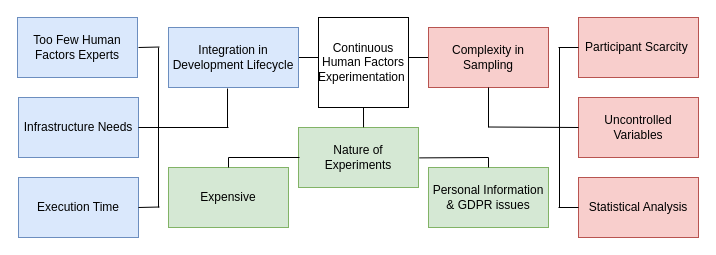
amnapir/Figures keeps this draw.io diagram as Diagram.drawio. Above is the earlier version. Source tidied: cells renumbered, new cells numbered last; positions are measured from the earlier drawing's top-left corner, leaving out a move shared by most shapes. Both pictures are drawn from the tidied source at 100%, with x=0, y=0 at pixel (17, 17).
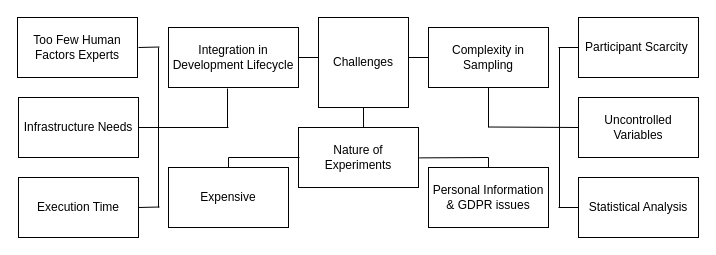
Above is the later version.

Diff of the diagram source:
```diff
@@
-    <mxCell id="2" value="Continuous Human Factors Experimentation&amp;nbsp;" style="whiteSpace=wrap;html=1;" parent="1" vertex="1">
+    <mxCell id="2" value="Challenges" style="whiteSpace=wrap;html=1;" parent="1" vertex="1">
       <mxGeometry x="301" width="90" height="90" as="geometry" />
     </mxCell>
@@
-    <mxCell id="5" value="Nature of Experiments" style="rounded=0;whiteSpace=wrap;html=1;fillColor=#d5e8d4;strokeColor=#82b366;rotation=0;" parent="1" vertex="1">
+    <mxCell id="5" value="Nature of Experiments" style="rounded=0;whiteSpace=wrap;html=1;rotation=0;" parent="1" vertex="1">
       <mxGeometry x="281" y="110" width="120" height="60" as="geometry" />
     </mxCell>
@@
-    <mxCell id="7" value="Complexity in Sampling" style="rounded=0;whiteSpace=wrap;html=1;fillColor=#f8cecc;strokeColor=#b85450;" parent="1" vertex="1">
+    <mxCell id="7" value="Complexity in Sampling" style="rounded=0;whiteSpace=wrap;html=1;" parent="1" vertex="1">
       <mxGeometry x="411" y="10" width="120" height="60" as="geometry" />
     </mxCell>
-    <mxCell id="8" value="Participant Scarcity&amp;nbsp;" style="rounded=0;whiteSpace=wrap;html=1;fillColor=#f8cecc;strokeColor=#b85450;" parent="1" vertex="1">
+    <mxCell id="8" value="Participant Scarcity&amp;nbsp;" style="rounded=0;whiteSpace=wrap;html=1;" parent="1" vertex="1">
       <mxGeometry x="561" width="120" height="60" as="geometry" />
     </mxCell>
-    <mxCell id="9" value="Uncontrolled Variables" style="rounded=0;whiteSpace=wrap;html=1;fillColor=#f8cecc;strokeColor=#b85450;" parent="1" vertex="1">
+    <mxCell id="9" value="Uncontrolled Variables" style="rounded=0;whiteSpace=wrap;html=1;" parent="1" vertex="1">
       <mxGeometry x="561" y="80" width="120" height="60" as="geometry" />
     </mxCell>
-    <mxCell id="10" value="Statistical Analysis" style="rounded=0;whiteSpace=wrap;html=1;fillColor=#f8cecc;strokeColor=#b85450;" parent="1" vertex="1">
+    <mxCell id="10" value="Statistical Analysis" style="rounded=0;whiteSpace=wrap;html=1;" parent="1" vertex="1">
       <mxGeometry x="561" y="160" width="120" height="60" as="geometry" />
     </mxCell>
@@
-    <mxCell id="15" value="Expensive" style="rounded=0;whiteSpace=wrap;html=1;fillColor=#d5e8d4;strokeColor=#82b366;rotation=0;" parent="1" vertex="1">
+    <mxCell id="15" value="Expensive" style="rounded=0;whiteSpace=wrap;html=1;rotation=0;" parent="1" vertex="1">
       <mxGeometry x="151" y="150" width="120" height="60" as="geometry" />
     </mxCell>
-    <mxCell id="16" value="Personal Information &amp;amp; GDPR issues" style="rounded=0;whiteSpace=wrap;html=1;fillColor=#d5e8d4;strokeColor=#82b366;rotation=0;" parent="1" vertex="1">
+    <mxCell id="16" value="Personal Information &amp;amp; GDPR issues" style="rounded=0;whiteSpace=wrap;html=1;rotation=0;" parent="1" vertex="1">
       <mxGeometry x="411" y="150" width="120" height="60" as="geometry" />
     </mxCell>
-    <mxCell id="17" value="Execution Time" style="rounded=0;whiteSpace=wrap;html=1;fillColor=#dae8fc;strokeColor=#6c8ebf;" parent="1" vertex="1">
+    <mxCell id="17" value="Execution Time" style="rounded=0;whiteSpace=wrap;html=1;" parent="1" vertex="1">
       <mxGeometry x="1" y="160" width="120" height="60" as="geometry" />
     </mxCell>
-    <mxCell id="18" value="Integration in Development Lifecycle" style="rounded=0;whiteSpace=wrap;html=1;fillColor=#dae8fc;strokeColor=#6c8ebf;rotation=0;" parent="1" vertex="1">
+    <mxCell id="18" value="Integration in Development Lifecycle" style="rounded=0;whiteSpace=wrap;html=1;rotation=0;" parent="1" vertex="1">
       <mxGeometry x="151" y="10" width="130" height="60" as="geometry" />
     </mxCell>
-    <mxCell id="19" value="Too Few Human Factors Experts" style="rounded=0;whiteSpace=wrap;html=1;fillColor=#dae8fc;strokeColor=#6c8ebf;rotation=0;" parent="1" vertex="1">
+    <mxCell id="19" value="Too Few Human Factors Experts" style="rounded=0;whiteSpace=wrap;html=1;rotation=0;" parent="1" vertex="1">
       <mxGeometry width="120" height="60" as="geometry" />
     </mxCell>
-    <mxCell id="20" value="Infrastructure Needs" style="rounded=0;whiteSpace=wrap;html=1;fillColor=#dae8fc;strokeColor=#6c8ebf;rotation=0;" parent="1" vertex="1">
+    <mxCell id="20" value="Infrastructure Needs" style="rounded=0;whiteSpace=wrap;html=1;rotation=0;" parent="1" vertex="1">
       <mxGeometry x="1" y="80" width="120" height="60" as="geometry" />
     </mxCell>
```
